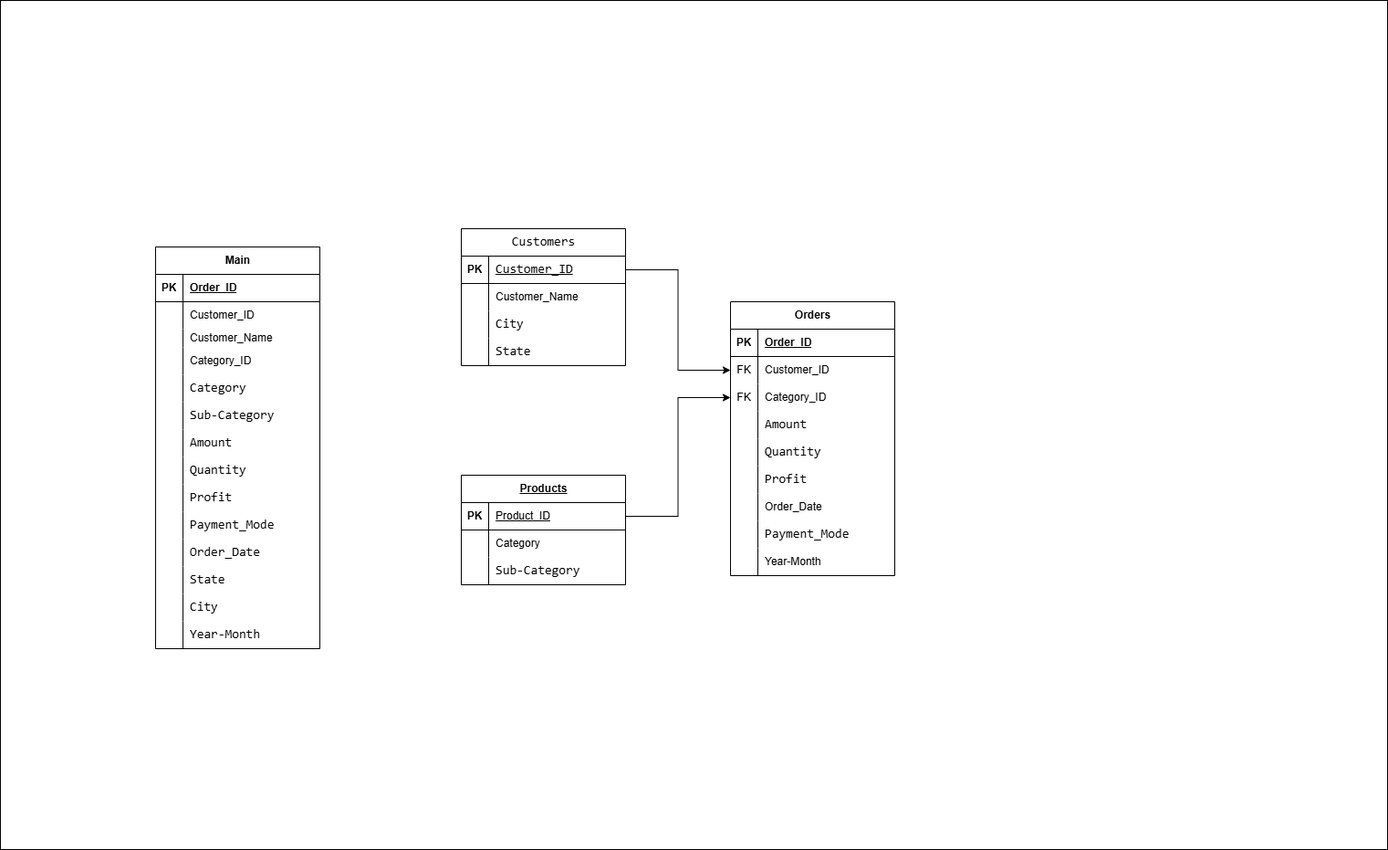
iaakanni/Project_Capstone_2 keeps this draw.io diagram as data_model-Page-1.drawio.png. Above is the earlier version. Source tidied: cells renumbered, new cells last; positions are measured from the earlier drawing's top-left corner, leaving out a move shared by most shapes.
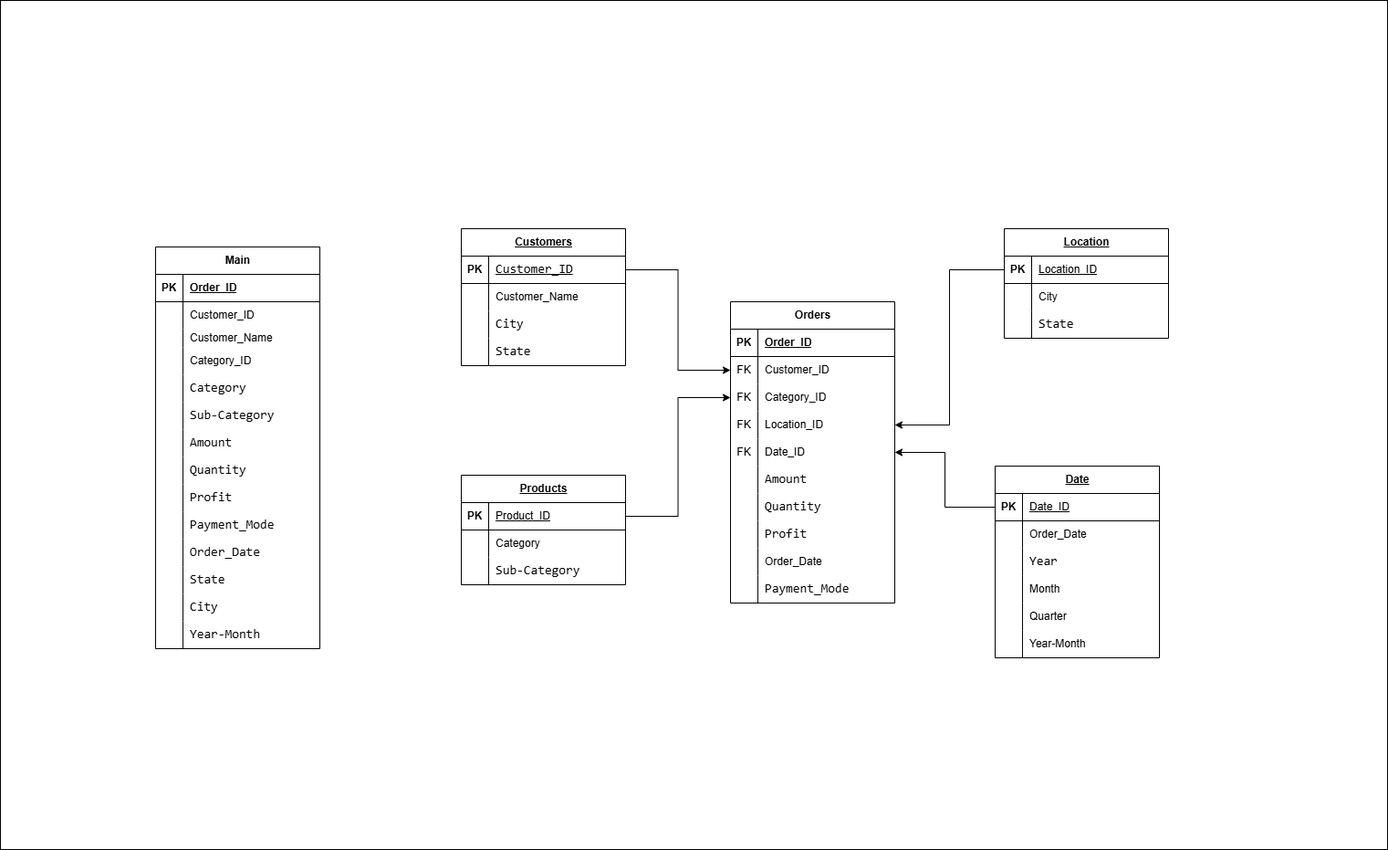
Above is the later version.

Change to the diagram source:
```diff
@@ -134,7 +134,7 @@
     <mxCell id="45" value="&lt;span style=&quot;font-family: Consolas, &amp;quot;Courier New&amp;quot;, monospace; font-size: 14px; white-space: pre;&quot;&gt;Year-Month&lt;/span&gt;" style="shape=partialRectangle;fillColor=none;top=0;left=0;bottom=0;right=0;align=left;spacingLeft=6;overflow=hidden;whiteSpace=wrap;html=1;strokeColor=#000000;fontColor=#000000;" parent="43" vertex="1">
       <mxGeometry x="30" width="150" height="30" as="geometry" />
     </mxCell>
-    <mxCell id="46" value="&lt;span style=&quot;font-family: Consolas, &amp;quot;Courier New&amp;quot;, monospace; font-size: 14px; font-weight: 400; text-align: left; white-space-collapse: preserve;&quot;&gt;Customers&lt;/span&gt;" style="shape=table;startSize=30;rowLines=0;fontStyle=1;align=center;html=1;" parent="1" vertex="1">
+    <mxCell id="46" value="&lt;div style=&quot;text-align: left;&quot;&gt;&lt;span style=&quot;background-color: transparent; color: light-dark(rgb(0, 0, 0), rgb(255, 255, 255)); text-wrap-mode: wrap;&quot;&gt;&lt;u&gt;Customers&lt;/u&gt;&lt;/span&gt;&lt;/div&gt;" style="shape=table;startSize=30;rowLines=0;fontStyle=1;align=center;html=1;" parent="1" vertex="1">
       <mxGeometry x="505" y="250" width="180" height="150" as="geometry" />
     </mxCell>
     <mxCell id="47" style="shape=tableRow;horizontal=0;startSize=0;swimlaneHead=0;swimlaneBody=0;fillColor=none;points=[[0,0.5],[1,0.5]];portConstraint=eastwest;top=0;left=0;right=0;bottom=1;" parent="46" vertex="1">
@@ -204,7 +204,7 @@
       <mxGeometry x="30" width="150" height="30" as="geometry" />
     </mxCell>
     <mxCell id="69" value="Orders" style="shape=table;startSize=30;rowLines=0;fontStyle=1;align=center;html=1;" parent="1" vertex="1">
-      <mxGeometry x="800" y="330" width="180" height="300" as="geometry" />
+      <mxGeometry x="800" y="330" width="180" height="330" as="geometry" />
     </mxCell>
     <mxCell id="70" style="shape=tableRow;horizontal=0;startSize=0;swimlaneHead=0;swimlaneBody=0;fillColor=none;top=0;left=0;right=0;bottom=1;" parent="69" vertex="1">
       <mxGeometry y="30" width="180" height="30" as="geometry" />
@@ -233,8 +233,26 @@
     <mxCell id="78" value="Category_ID" style="shape=partialRectangle;fillColor=none;top=0;left=0;bottom=0;right=0;align=left;spacingLeft=6;overflow=hidden;whiteSpace=wrap;html=1;" parent="76" vertex="1">
       <mxGeometry x="30" width="150" height="30" as="geometry" />
     </mxCell>
+    <mxCell id="99" style="shape=tableRow;horizontal=0;startSize=0;swimlaneHead=0;swimlaneBody=0;fillColor=none;points=[[0,0.5],[1,0.5]];portConstraint=eastwest;top=0;left=0;right=0;bottom=0;" parent="69" vertex="1">
+      <mxGeometry y="120" width="180" height="30" as="geometry" />
+    </mxCell>
+    <mxCell id="100" value="FK" style="shape=partialRectangle;fillColor=none;top=0;left=0;bottom=0;right=0;overflow=hidden;whiteSpace=wrap;html=1;" parent="99" vertex="1">
+      <mxGeometry width="30" height="30" as="geometry" />
+    </mxCell>
+    <mxCell id="101" value="Location_ID" style="shape=partialRectangle;fillColor=none;top=0;left=0;bottom=0;right=0;align=left;spacingLeft=6;overflow=hidden;whiteSpace=wrap;html=1;" parent="99" vertex="1">
+      <mxGeometry x="30" width="150" height="30" as="geometry" />
+    </mxCell>
+    <mxCell id="102" style="shape=tableRow;horizontal=0;startSize=0;swimlaneHead=0;swimlaneBody=0;fillColor=none;points=[[0,0.5],[1,0.5]];portConstraint=eastwest;top=0;left=0;right=0;bottom=0;" parent="69" vertex="1">
+      <mxGeometry y="150" width="180" height="30" as="geometry" />
+    </mxCell>
+    <mxCell id="103" value="FK" style="shape=partialRectangle;fillColor=none;top=0;left=0;bottom=0;right=0;overflow=hidden;whiteSpace=wrap;html=1;" parent="102" vertex="1">
+      <mxGeometry width="30" height="30" as="geometry" />
+    </mxCell>
+    <mxCell id="104" value="Date_ID" style="shape=partialRectangle;fillColor=none;top=0;left=0;bottom=0;right=0;align=left;spacingLeft=6;overflow=hidden;whiteSpace=wrap;html=1;" parent="102" vertex="1">
+      <mxGeometry x="30" width="150" height="30" as="geometry" />
+    </mxCell>
     <mxCell id="79" style="shape=tableRow;horizontal=0;startSize=0;swimlaneHead=0;swimlaneBody=0;fillColor=none;top=0;left=0;right=0;bottom=0;" parent="69" vertex="1">
-      <mxGeometry y="120" width="180" height="30" as="geometry" />
+      <mxGeometry y="180" width="180" height="30" as="geometry" />
     </mxCell>
     <mxCell id="80" style="shape=partialRectangle;fillColor=none;top=0;left=0;bottom=0;right=0;overflow=hidden;whiteSpace=wrap;html=1;" parent="79" vertex="1">
       <mxGeometry width="30" height="30" as="geometry" />
@@ -243,7 +261,7 @@
       <mxGeometry x="30" width="150" height="30" as="geometry" />
     </mxCell>
     <mxCell id="82" style="shape=tableRow;horizontal=0;startSize=0;swimlaneHead=0;swimlaneBody=0;fillColor=none;top=0;left=0;right=0;bottom=0;" parent="69" vertex="1">
-      <mxGeometry y="150" width="180" height="30" as="geometry" />
+      <mxGeometry y="210" width="180" height="30" as="geometry" />
     </mxCell>
     <mxCell id="83" style="shape=partialRectangle;fillColor=none;top=0;left=0;bottom=0;right=0;overflow=hidden;whiteSpace=wrap;html=1;" parent="82" vertex="1">
       <mxGeometry width="30" height="30" as="geometry" />
@@ -252,7 +270,7 @@
       <mxGeometry x="30" width="150" height="30" as="geometry" />
     </mxCell>
     <mxCell id="85" style="shape=tableRow;horizontal=0;startSize=0;swimlaneHead=0;swimlaneBody=0;fillColor=none;top=0;left=0;right=0;bottom=0;" parent="69" vertex="1">
-      <mxGeometry y="180" width="180" height="30" as="geometry" />
+      <mxGeometry y="240" width="180" height="30" as="geometry" />
     </mxCell>
     <mxCell id="86" style="shape=partialRectangle;fillColor=none;top=0;left=0;bottom=0;right=0;overflow=hidden;whiteSpace=wrap;html=1;" parent="85" vertex="1">
       <mxGeometry width="30" height="30" as="geometry" />
@@ -261,7 +279,7 @@
       <mxGeometry x="30" width="150" height="30" as="geometry" />
     </mxCell>
     <mxCell id="88" style="shape=tableRow;horizontal=0;startSize=0;swimlaneHead=0;swimlaneBody=0;fillColor=none;top=0;left=0;right=0;bottom=0;" parent="69" vertex="1">
-      <mxGeometry y="210" width="180" height="30" as="geometry" />
+      <mxGeometry y="270" width="180" height="30" as="geometry" />
     </mxCell>
     <mxCell id="89" style="shape=partialRectangle;fillColor=none;top=0;left=0;bottom=0;right=0;overflow=hidden;whiteSpace=wrap;html=1;" parent="88" vertex="1">
       <mxGeometry width="30" height="30" as="geometry" />
@@ -270,7 +288,7 @@
       <mxGeometry x="30" width="150" height="30" as="geometry" />
     </mxCell>
     <mxCell id="91" style="shape=tableRow;horizontal=0;startSize=0;swimlaneHead=0;swimlaneBody=0;fillColor=none;top=0;left=0;right=0;bottom=0;" parent="69" vertex="1">
-      <mxGeometry y="240" width="180" height="30" as="geometry" />
+      <mxGeometry y="300" width="180" height="30" as="geometry" />
     </mxCell>
     <mxCell id="92" style="shape=partialRectangle;fillColor=none;top=0;left=0;bottom=0;right=0;overflow=hidden;whiteSpace=wrap;html=1;" parent="91" vertex="1">
       <mxGeometry width="30" height="30" as="geometry" />
@@ -278,20 +296,104 @@
     <mxCell id="93" value="&lt;span style=&quot;font-family: Consolas, &amp;quot;Courier New&amp;quot;, monospace; font-size: 14px; white-space: pre;&quot;&gt;Payment_Mode&lt;/span&gt;" style="shape=partialRectangle;fillColor=none;top=0;left=0;bottom=0;right=0;align=left;spacingLeft=6;overflow=hidden;whiteSpace=wrap;html=1;" parent="91" vertex="1">
       <mxGeometry x="30" width="150" height="30" as="geometry" />
     </mxCell>
-    <mxCell id="94" style="shape=tableRow;horizontal=0;startSize=0;swimlaneHead=0;swimlaneBody=0;fillColor=none;top=0;left=0;right=0;bottom=0;" parent="69" vertex="1">
-      <mxGeometry y="270" width="180" height="30" as="geometry" />
-    </mxCell>
-    <mxCell id="95" style="shape=partialRectangle;fillColor=none;top=0;left=0;bottom=0;right=0;overflow=hidden;whiteSpace=wrap;html=1;" parent="94" vertex="1">
-      <mxGeometry width="30" height="30" as="geometry" />
-    </mxCell>
-    <mxCell id="96" value="Year-Month" style="shape=partialRectangle;fillColor=none;top=0;left=0;bottom=0;right=0;align=left;spacingLeft=6;overflow=hidden;whiteSpace=wrap;html=1;" parent="94" vertex="1">
-      <mxGeometry x="30" width="150" height="30" as="geometry" />
-    </mxCell>
     <mxCell id="97" style="edgeStyle=orthogonalEdgeStyle;rounded=0;jettySize=auto;html=1;exitX=1;exitY=0.5;exitDx=0;exitDy=0;" parent="1" edge="1" source="47" target="73">
       <mxGeometry relative="1" as="geometry" />
     </mxCell>
     <mxCell id="98" style="edgeStyle=orthogonalEdgeStyle;rounded=0;jettySize=auto;html=1;exitX=1;exitY=0.5;exitDx=0;exitDy=0;" parent="1" edge="1" source="60" target="76">
       <mxGeometry relative="1" as="geometry" />
     </mxCell>
+    <mxCell id="105" value="&lt;div style=&quot;text-align: left;&quot;&gt;&lt;span style=&quot;background-color: transparent; color: light-dark(rgb(0, 0, 0), rgb(255, 255, 255)); text-wrap-mode: wrap;&quot;&gt;&lt;u&gt;Location&lt;/u&gt;&lt;/span&gt;&lt;/div&gt;" style="shape=table;startSize=30;rowLines=0;fontStyle=1;align=center;html=1;" parent="1" vertex="1">
+      <mxGeometry x="1100" y="250" width="180" height="120" as="geometry" />
+    </mxCell>
+    <mxCell id="106" style="shape=tableRow;horizontal=0;startSize=0;swimlaneHead=0;swimlaneBody=0;fillColor=none;points=[[0,0.5],[1,0.5]];portConstraint=eastwest;top=0;left=0;right=0;bottom=1;" parent="105" vertex="1">
+      <mxGeometry y="30" width="180" height="30" as="geometry" />
+    </mxCell>
+    <mxCell id="107" value="PK" style="shape=partialRectangle;fillColor=none;top=0;left=0;bottom=0;right=0;fontStyle=1;overflow=hidden;whiteSpace=wrap;html=1;" parent="106" vertex="1">
+      <mxGeometry width="30" height="30" as="geometry" />
+    </mxCell>
+    <mxCell id="108" value="&lt;span style=&quot;font-weight: 400;&quot;&gt;Location_ID&lt;/span&gt;" style="shape=partialRectangle;fillColor=none;top=0;left=0;bottom=0;right=0;align=left;spacingLeft=6;fontStyle=5;overflow=hidden;whiteSpace=wrap;html=1;" parent="106" vertex="1">
+      <mxGeometry x="30" width="150" height="30" as="geometry" />
+    </mxCell>
+    <mxCell id="109" style="shape=tableRow;horizontal=0;startSize=0;swimlaneHead=0;swimlaneBody=0;fillColor=none;top=0;left=0;right=0;bottom=0;" parent="105" vertex="1">
+      <mxGeometry y="60" width="180" height="30" as="geometry" />
+    </mxCell>
+    <mxCell id="110" style="shape=partialRectangle;fillColor=none;top=0;left=0;bottom=0;right=0;overflow=hidden;whiteSpace=wrap;html=1;" parent="109" vertex="1">
+      <mxGeometry width="30" height="30" as="geometry" />
+    </mxCell>
+    <mxCell id="111" value="City" style="shape=partialRectangle;fillColor=none;top=0;left=0;bottom=0;right=0;align=left;spacingLeft=6;overflow=hidden;whiteSpace=wrap;html=1;" parent="109" vertex="1">
+      <mxGeometry x="30" width="150" height="30" as="geometry" />
+    </mxCell>
+    <mxCell id="112" style="shape=tableRow;horizontal=0;startSize=0;swimlaneHead=0;swimlaneBody=0;fillColor=none;top=0;left=0;right=0;bottom=0;" parent="105" vertex="1">
+      <mxGeometry y="90" width="180" height="30" as="geometry" />
+    </mxCell>
+    <mxCell id="113" style="shape=partialRectangle;fillColor=none;top=0;left=0;bottom=0;right=0;overflow=hidden;whiteSpace=wrap;html=1;" parent="112" vertex="1">
+      <mxGeometry width="30" height="30" as="geometry" />
+    </mxCell>
+    <mxCell id="114" value="&lt;span style=&quot;font-family: Consolas, &amp;quot;Courier New&amp;quot;, monospace; font-size: 14px; white-space: pre;&quot;&gt;State&lt;/span&gt;" style="shape=partialRectangle;fillColor=none;top=0;left=0;bottom=0;right=0;align=left;spacingLeft=6;overflow=hidden;whiteSpace=wrap;html=1;" parent="112" vertex="1">
+      <mxGeometry x="30" width="150" height="30" as="geometry" />
+    </mxCell>
+    <mxCell id="115" value="&lt;div style=&quot;text-align: left;&quot;&gt;&lt;span style=&quot;background-color: transparent; color: light-dark(rgb(0, 0, 0), rgb(255, 255, 255)); text-wrap-mode: wrap;&quot;&gt;&lt;u&gt;Date&lt;/u&gt;&lt;/span&gt;&lt;/div&gt;" style="shape=table;startSize=30;rowLines=0;fontStyle=1;align=center;html=1;" parent="1" vertex="1">
+      <mxGeometry x="1090" y="510" width="180" height="210" as="geometry" />
+    </mxCell>
+    <mxCell id="116" style="shape=tableRow;horizontal=0;startSize=0;swimlaneHead=0;swimlaneBody=0;fillColor=none;points=[[0,0.5],[1,0.5]];portConstraint=eastwest;top=0;left=0;right=0;bottom=1;" parent="115" vertex="1">
+      <mxGeometry y="30" width="180" height="30" as="geometry" />
+    </mxCell>
+    <mxCell id="117" value="PK" style="shape=partialRectangle;fillColor=none;top=0;left=0;bottom=0;right=0;fontStyle=1;overflow=hidden;whiteSpace=wrap;html=1;" parent="116" vertex="1">
+      <mxGeometry width="30" height="30" as="geometry" />
+    </mxCell>
+    <mxCell id="118" value="&lt;span style=&quot;font-weight: 400;&quot;&gt;Date_ID&lt;/span&gt;" style="shape=partialRectangle;fillColor=none;top=0;left=0;bottom=0;right=0;align=left;spacingLeft=6;fontStyle=5;overflow=hidden;whiteSpace=wrap;html=1;" parent="116" vertex="1">
+      <mxGeometry x="30" width="150" height="30" as="geometry" />
+    </mxCell>
+    <mxCell id="119" style="shape=tableRow;horizontal=0;startSize=0;swimlaneHead=0;swimlaneBody=0;fillColor=none;top=0;left=0;right=0;bottom=0;" parent="115" vertex="1">
+      <mxGeometry y="60" width="180" height="30" as="geometry" />
+    </mxCell>
+    <mxCell id="120" style="shape=partialRectangle;fillColor=none;top=0;left=0;bottom=0;right=0;overflow=hidden;whiteSpace=wrap;html=1;" parent="119" vertex="1">
+      <mxGeometry width="30" height="30" as="geometry" />
+    </mxCell>
+    <mxCell id="121" value="Order_Date" style="shape=partialRectangle;fillColor=none;top=0;left=0;bottom=0;right=0;align=left;spacingLeft=6;overflow=hidden;whiteSpace=wrap;html=1;" parent="119" vertex="1">
+      <mxGeometry x="30" width="150" height="30" as="geometry" />
+    </mxCell>
+    <mxCell id="122" style="shape=tableRow;horizontal=0;startSize=0;swimlaneHead=0;swimlaneBody=0;fillColor=none;top=0;left=0;right=0;bottom=0;" parent="115" vertex="1">
+      <mxGeometry y="90" width="180" height="30" as="geometry" />
+    </mxCell>
+    <mxCell id="123" style="shape=partialRectangle;fillColor=none;top=0;left=0;bottom=0;right=0;overflow=hidden;whiteSpace=wrap;html=1;" parent="122" vertex="1">
+      <mxGeometry width="30" height="30" as="geometry" />
+    </mxCell>
+    <mxCell id="124" value="&lt;span style=&quot;font-family: Consolas, &amp;quot;Courier New&amp;quot;, monospace; font-size: 14px; white-space: pre;&quot;&gt;Year&lt;/span&gt;" style="shape=partialRectangle;fillColor=none;top=0;left=0;bottom=0;right=0;align=left;spacingLeft=6;overflow=hidden;whiteSpace=wrap;html=1;" parent="122" vertex="1">
+      <mxGeometry x="30" width="150" height="30" as="geometry" />
+    </mxCell>
+    <mxCell id="125" style="shape=tableRow;horizontal=0;startSize=0;swimlaneHead=0;swimlaneBody=0;fillColor=none;top=0;left=0;right=0;bottom=0;" parent="115" vertex="1">
+      <mxGeometry y="120" width="180" height="30" as="geometry" />
+    </mxCell>
+    <mxCell id="126" style="shape=partialRectangle;fillColor=none;top=0;left=0;bottom=0;right=0;overflow=hidden;whiteSpace=wrap;html=1;" parent="125" vertex="1">
+      <mxGeometry width="30" height="30" as="geometry" />
+    </mxCell>
+    <mxCell id="127" value="Month" style="shape=partialRectangle;fillColor=none;top=0;left=0;bottom=0;right=0;align=left;spacingLeft=6;overflow=hidden;whiteSpace=wrap;html=1;" parent="125" vertex="1">
+      <mxGeometry x="30" width="150" height="30" as="geometry" />
+    </mxCell>
+    <mxCell id="128" style="shape=tableRow;horizontal=0;startSize=0;swimlaneHead=0;swimlaneBody=0;fillColor=none;top=0;left=0;right=0;bottom=0;" parent="115" vertex="1">
+      <mxGeometry y="150" width="180" height="30" as="geometry" />
+    </mxCell>
+    <mxCell id="129" style="shape=partialRectangle;fillColor=none;top=0;left=0;bottom=0;right=0;overflow=hidden;whiteSpace=wrap;html=1;" parent="128" vertex="1">
+      <mxGeometry width="30" height="30" as="geometry" />
+    </mxCell>
+    <mxCell id="130" value="Quarter" style="shape=partialRectangle;fillColor=none;top=0;left=0;bottom=0;right=0;align=left;spacingLeft=6;overflow=hidden;whiteSpace=wrap;html=1;" parent="128" vertex="1">
+      <mxGeometry x="30" width="150" height="30" as="geometry" />
+    </mxCell>
+    <mxCell id="131" style="shape=tableRow;horizontal=0;startSize=0;swimlaneHead=0;swimlaneBody=0;fillColor=none;top=0;left=0;right=0;bottom=0;" parent="115" vertex="1">
+      <mxGeometry y="180" width="180" height="30" as="geometry" />
+    </mxCell>
+    <mxCell id="132" style="shape=partialRectangle;fillColor=none;top=0;left=0;bottom=0;right=0;overflow=hidden;whiteSpace=wrap;html=1;" parent="131" vertex="1">
+      <mxGeometry width="30" height="30" as="geometry" />
+    </mxCell>
+    <mxCell id="96" value="Year-Month" style="shape=partialRectangle;fillColor=none;top=0;left=0;bottom=0;right=0;align=left;spacingLeft=6;overflow=hidden;whiteSpace=wrap;html=1;" parent="131" vertex="1">
+      <mxGeometry x="30" width="150" height="30" as="geometry" />
+    </mxCell>
+    <mxCell id="133" style="edgeStyle=orthogonalEdgeStyle;rounded=0;jettySize=auto;html=1;exitX=0;exitY=0.5;exitDx=0;exitDy=0;entryX=1;entryY=0.5;entryDx=0;entryDy=0;" parent="1" edge="1" source="106" target="99">
+      <mxGeometry relative="1" as="geometry" />
+    </mxCell>
+    <mxCell id="134" style="edgeStyle=orthogonalEdgeStyle;rounded=0;jettySize=auto;html=1;exitX=0;exitY=0.5;exitDx=0;exitDy=0;entryX=1;entryY=0.5;entryDx=0;entryDy=0;" parent="1" edge="1" source="116" target="102">
+      <mxGeometry relative="1" as="geometry" />
+    </mxCell>
   </root>
 </mxGraphModel>
```
